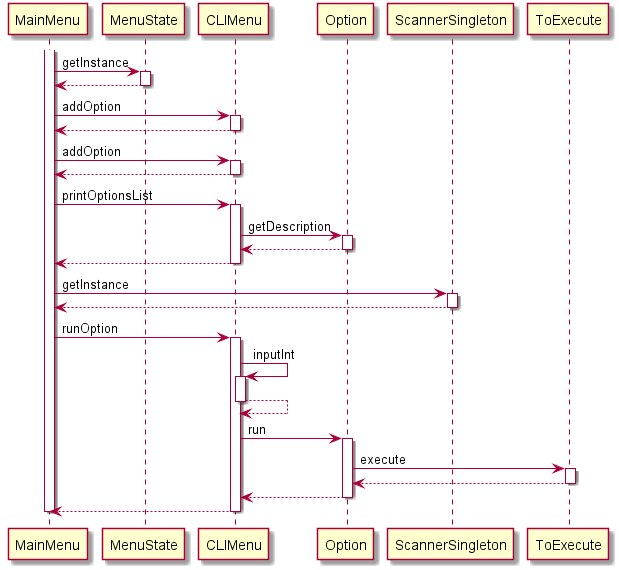
asmarahimi246-tech/Project-Intelligente-System-I keeps this PlantUML diagram as Documentatie/generated-docs/sequencediagram.png. Above is the earlier version.
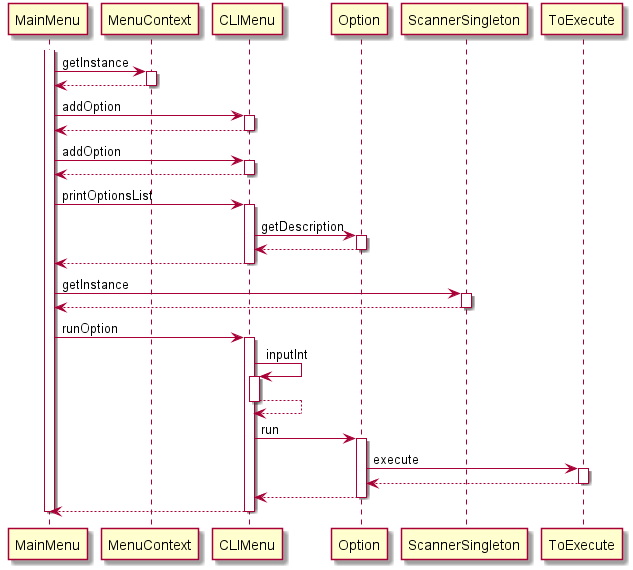
After the change.

What changed in the source:
```diff
@@ -1,17 +1,17 @@
 @startuml
 
 participant MainMenu
-participant MenuState
+participant MenuContext
 participant CLIMenu
 participant Option
 participant ScannerSingleton
 participant ToExecute
 
 activate MainMenu
-	MainMenu -> MenuState : getInstance
-	activate MenuState
-		MenuState --> MainMenu
-	deactivate MenuState
+	MainMenu -> MenuContext : getInstance
+	activate MenuContext
+		MenuContext --> MainMenu
+	deactivate MenuContext
 	MainMenu -> CLIMenu : addOption
 	activate CLIMenu
 		CLIMenu --> MainMenu
```
